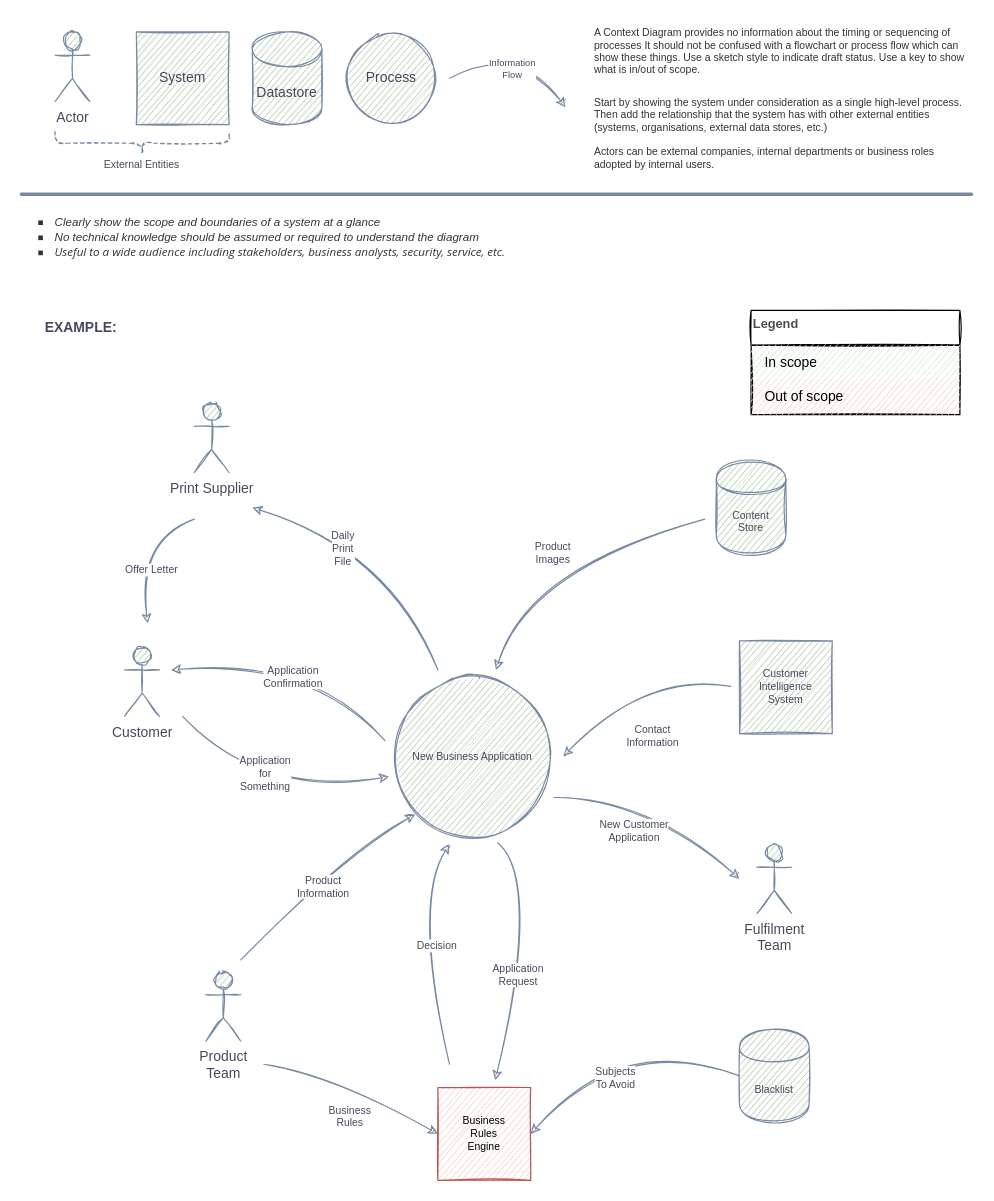
Above: page "Context Diagram" (1 of 2) of Sample Architecture Viewponts.drawio in martinlt/reference (draw.io), before the change. Source tidied: cells renumbered, new cells numbered last; positions are measured from the earlier drawing's top-left corner, leaving out a move shared by most shapes. Both pictures are drawn from the tidied source at 116%, with x=0, y=0 at pixel (21, 31).
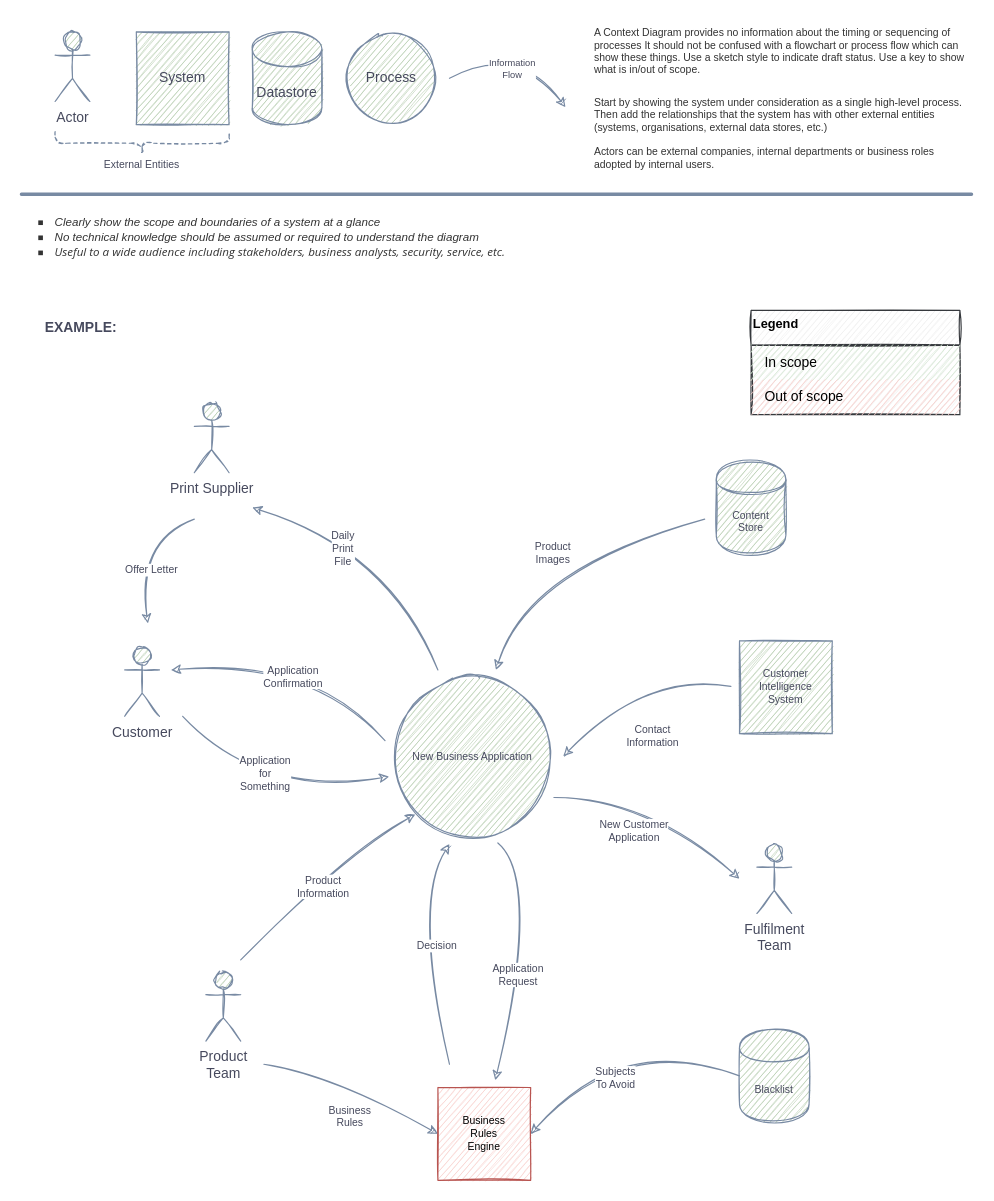
The same page after the edit.

Diff of the diagram source:
```diff
@@
-    <mxCell id="6" value="&lt;h1 style=&quot;font-size: 9px&quot;&gt;&lt;span style=&quot;background-color: rgb(255 , 255 , 255) ; color: rgb(51 , 51 , 51) ; font-family: &amp;#34;arial&amp;#34; ; font-weight: normal&quot;&gt;A Context Diagram provides no information about the timing or sequencing of processes It should not be confused with a flowchart or process flow which can show these things. Use a sketch style to indicate draft status. Use a key to show what is in/out of scope.&amp;nbsp;&lt;/span&gt;&lt;br&gt;&lt;/h1&gt;&lt;span style=&quot;color: rgb(51 , 51 , 51) ; font-family: &amp;#34;arial&amp;#34; ; font-size: 9px ; background-color: rgb(255 , 255 , 255)&quot;&gt;&lt;br&gt;Start by showing the system under consideration as a single high-level process. Then add the relationship that the system has with other external entities (systems, organisations, external data stores, etc.)&lt;br&gt;&lt;br&gt;Actors can be external companies, internal departments or business roles adopted by internal users.&lt;br&gt;&lt;/span&gt;" style="text;html=1;strokeColor=none;fillColor=none;spacing=5;spacingTop=-20;whiteSpace=wrap;overflow=hidden;rounded=0;fontColor=#46495D;fontSize=9;sketch=1;" parent="1" vertex="1">
+    <mxCell id="6" value="&lt;h1 style=&quot;font-size: 9px&quot;&gt;&lt;span style=&quot;background-color: rgb(255 , 255 , 255) ; color: rgb(51 , 51 , 51) ; font-family: &amp;#34;arial&amp;#34; ; font-weight: normal&quot;&gt;A Context Diagram provides no information about the timing or sequencing of processes It should not be confused with a flowchart or process flow which can show these things. Use a sketch style to indicate draft status. Use a key to show what is in/out of scope.&amp;nbsp;&lt;/span&gt;&lt;br&gt;&lt;/h1&gt;&lt;span style=&quot;color: rgb(51 , 51 , 51) ; font-family: &amp;#34;arial&amp;#34; ; font-size: 9px ; background-color: rgb(255 , 255 , 255)&quot;&gt;&lt;br&gt;Start by showing the system under consideration as a single high-level process. Then add the relationships that the system has with other external entities (systems, organisations, external data stores, etc.)&lt;br&gt;&lt;br&gt;Actors can be external companies, internal departments or business roles adopted by internal users.&lt;br&gt;&lt;/span&gt;" style="text;html=1;strokeColor=none;fillColor=none;spacing=5;spacingTop=-20;whiteSpace=wrap;overflow=hidden;rounded=0;fontColor=#46495D;fontSize=9;sketch=1;" parent="1" vertex="1">
       <mxGeometry x="489" width="330" height="120" as="geometry" />
     </mxCell>
@@
-    <mxCell id="41" value="Legend" style="align=left;fontSize=11;fontStyle=1;strokeColor=default;fillColor=none;fontColor=#4D4D4D;spacingTop=-8;rounded=0;sketch=1;swimlaneLine=1;" parent="1" vertex="1">
+    <mxCell id="41" value="Legend" style="align=left;fontSize=11;fontStyle=1;spacingTop=-8;rounded=0;sketch=1;swimlaneLine=1;strokeWidth=1;fillColor=#eeeeee;strokeColor=#36393d;" parent="1" vertex="1">
       <mxGeometry x="629" y="240" width="180" height="30" as="geometry" />
     </mxCell>
-    <mxCell id="42" style="shape=table;html=1;whiteSpace=wrap;startSize=0;childLayout=tableLayout;fillColor=none;align=left;spacingLeft=10;strokeColor=default;rounded=1;arcSize=11;fontColor=#FFFFFF;sketch=1;labelBorderColor=none;perimeterSpacing=0;swimlaneLine=1;" parent="1" vertex="1">
+    <mxCell id="42" style="shape=table;html=1;whiteSpace=wrap;startSize=0;childLayout=tableLayout;align=left;spacingLeft=10;rounded=1;arcSize=11;sketch=1;labelBorderColor=none;perimeterSpacing=0;swimlaneLine=1;strokeWidth=1;fillColor=#eeeeee;strokeColor=#36393d;" parent="1" vertex="1">
       <mxGeometry x="629" y="270" width="180" height="60" as="geometry" />
     </mxCell>
-    <mxCell id="43" value="In scope" style="shape=partialRectangle;html=1;whiteSpace=wrap;fillColor=#d5e8d4;top=0;left=0;bottom=0;right=0;overflow=hidden;align=left;spacingLeft=10;strokeColor=default;rounded=0;sketch=1;swimlaneLine=1;" parent="42" vertex="1">
+    <mxCell id="43" value="In scope" style="shape=partialRectangle;html=1;whiteSpace=wrap;top=0;left=0;bottom=0;right=0;overflow=hidden;align=left;spacingLeft=10;rounded=0;sketch=1;swimlaneLine=1;strokeWidth=1;fillColor=#d5e8d4;strokeColor=#82b366;" parent="42" vertex="1">
       <mxGeometry width="180" height="30" as="geometry" />
     </mxCell>
-    <mxCell id="44" value="Out of scope" style="shape=partialRectangle;html=1;whiteSpace=wrap;fillColor=#f8cecc;top=0;left=0;bottom=0;right=0;overflow=hidden;align=left;spacingLeft=10;rounded=0;sketch=1;strokeColor=default;strokeWidth=1;perimeterSpacing=0;swimlaneLine=1;" parent="42" vertex="1">
+    <mxCell id="44" value="Out of scope" style="shape=partialRectangle;html=1;whiteSpace=wrap;top=0;left=0;bottom=0;right=0;overflow=hidden;align=left;spacingLeft=10;rounded=0;sketch=1;strokeWidth=1;perimeterSpacing=0;swimlaneLine=1;fillColor=#f8cecc;strokeColor=#b85450;" parent="42" vertex="1">
       <mxGeometry y="30" width="180" height="30" as="geometry" />
     </mxCell>
```
